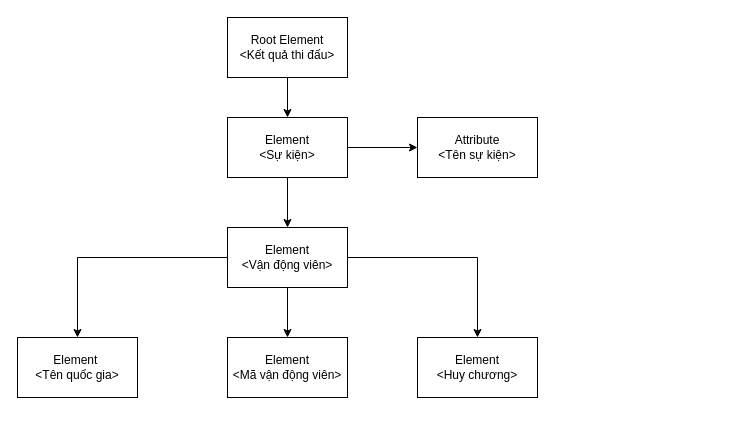
PhamMinhHiep/Chart keeps this draw.io diagram as CNWeb_EX4.drawio. Above is the earlier version. Source tidied: cells renumbered, new cells numbered last; positions are measured from the earlier drawing's top-left corner, leaving out a move shared by most shapes. Both pictures are drawn from the tidied source at 100%, with x=0, y=0 at pixel (17, 17).
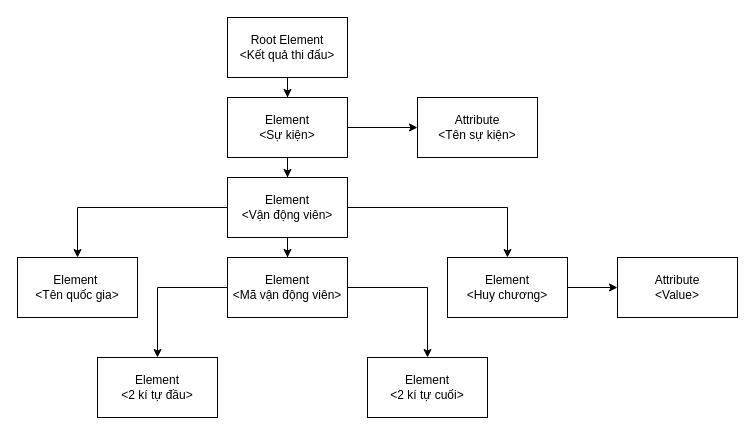
After the change.

Change to the diagram source:
```diff
@@
     <mxCell id="6" value="Element&lt;br&gt;&amp;lt;Sự kiện&amp;gt;" style="whiteSpace=wrap;html=1;rounded=0;" parent="1" vertex="1">
-      <mxGeometry x="210" y="100" width="120" height="60" as="geometry" />
+      <mxGeometry x="210" y="80" width="120" height="60" as="geometry" />
     </mxCell>
     <mxCell id="7" value="Attribute&lt;br&gt;&amp;lt;Tên sự kiện&amp;gt;" style="whiteSpace=wrap;html=1;rounded=0;" parent="1" vertex="1">
-      <mxGeometry x="400" y="100" width="120" height="60" as="geometry" />
+      <mxGeometry x="400" y="80" width="120" height="60" as="geometry" />
     </mxCell>
-    <mxCell id="8" style="edgeStyle=orthogonalEdgeStyle;rounded=0;jettySize=auto;html=1;" parent="1" edge="1" source="11" target="12">
-      <mxGeometry relative="1" as="geometry" />
-    </mxCell>
@@
+    <mxCell id="8" style="edgeStyle=orthogonalEdgeStyle;rounded=0;jettySize=auto;html=1;" parent="1" edge="1" source="11" target="12">
+      <mxGeometry relative="1" as="geometry" />
+    </mxCell>
     <mxCell id="11" value="Element&lt;br&gt;&amp;lt;Vận động viên&amp;gt;" style="whiteSpace=wrap;html=1;rounded=0;" parent="1" vertex="1">
-      <mxGeometry x="210" y="210" width="120" height="60" as="geometry" />
+      <mxGeometry x="210" y="160" width="120" height="60" as="geometry" />
     </mxCell>
+    <mxCell id="15" style="edgeStyle=orthogonalEdgeStyle;rounded=0;jettySize=auto;html=1;" parent="1" edge="1" source="12" target="19">
+      <mxGeometry relative="1" as="geometry" />
+    </mxCell>
+    <mxCell id="16" style="edgeStyle=orthogonalEdgeStyle;rounded=0;jettySize=auto;html=1;entryX=0.5;entryY=0;entryDx=0;entryDy=0;" parent="1" edge="1" source="12" target="20">
+      <mxGeometry relative="1" as="geometry">
+        <Array as="points">
+          <mxPoint x="410" y="270" />
+        </Array>
+      </mxGeometry>
+    </mxCell>
     <mxCell id="12" value="Element&lt;br&gt;&amp;lt;Mã vận động viên&amp;gt;" style="whiteSpace=wrap;html=1;rounded=0;" parent="1" vertex="1">
-      <mxGeometry x="210" y="320" width="120" height="60" as="geometry" />
+      <mxGeometry x="210" y="240" width="120" height="60" as="geometry" />
     </mxCell>
     <mxCell id="13" value="Element&amp;nbsp;&lt;br&gt;&amp;lt;Tên quốc gia&amp;gt;" style="whiteSpace=wrap;html=1;rounded=0;" parent="1" vertex="1">
-      <mxGeometry y="320" width="120" height="60" as="geometry" />
+      <mxGeometry y="240" width="120" height="60" as="geometry" />
     </mxCell>
+    <mxCell id="17" style="edgeStyle=orthogonalEdgeStyle;rounded=0;jettySize=auto;html=1;" parent="1" edge="1" source="14" target="18">
+      <mxGeometry relative="1" as="geometry" />
+    </mxCell>
     <mxCell id="14" value="Element&lt;br&gt;&amp;lt;Huy chương&amp;gt;" style="whiteSpace=wrap;html=1;rounded=0;" parent="1" vertex="1">
-      <mxGeometry x="400" y="320" width="120" height="60" as="geometry" />
+      <mxGeometry x="430" y="240" width="120" height="60" as="geometry" />
     </mxCell>
+    <mxCell id="18" value="Attribute&lt;br&gt;&amp;lt;Value&amp;gt;" style="whiteSpace=wrap;html=1;rounded=0;" parent="1" vertex="1">
+      <mxGeometry x="600" y="240" width="120" height="60" as="geometry" />
+    </mxCell>
+    <mxCell id="19" value="Element&lt;br&gt;&amp;lt;2 kí tự đầu&amp;gt;" style="whiteSpace=wrap;html=1;rounded=0;" parent="1" vertex="1">
+      <mxGeometry x="80" y="340" width="120" height="60" as="geometry" />
+    </mxCell>
+    <mxCell id="20" value="Element&lt;br&gt;&amp;lt;2 kí tự cuối&amp;gt;" style="rounded=0;whiteSpace=wrap;html=1;" parent="1" vertex="1">
+      <mxGeometry x="350" y="340" width="120" height="60" as="geometry" />
+    </mxCell>
```
